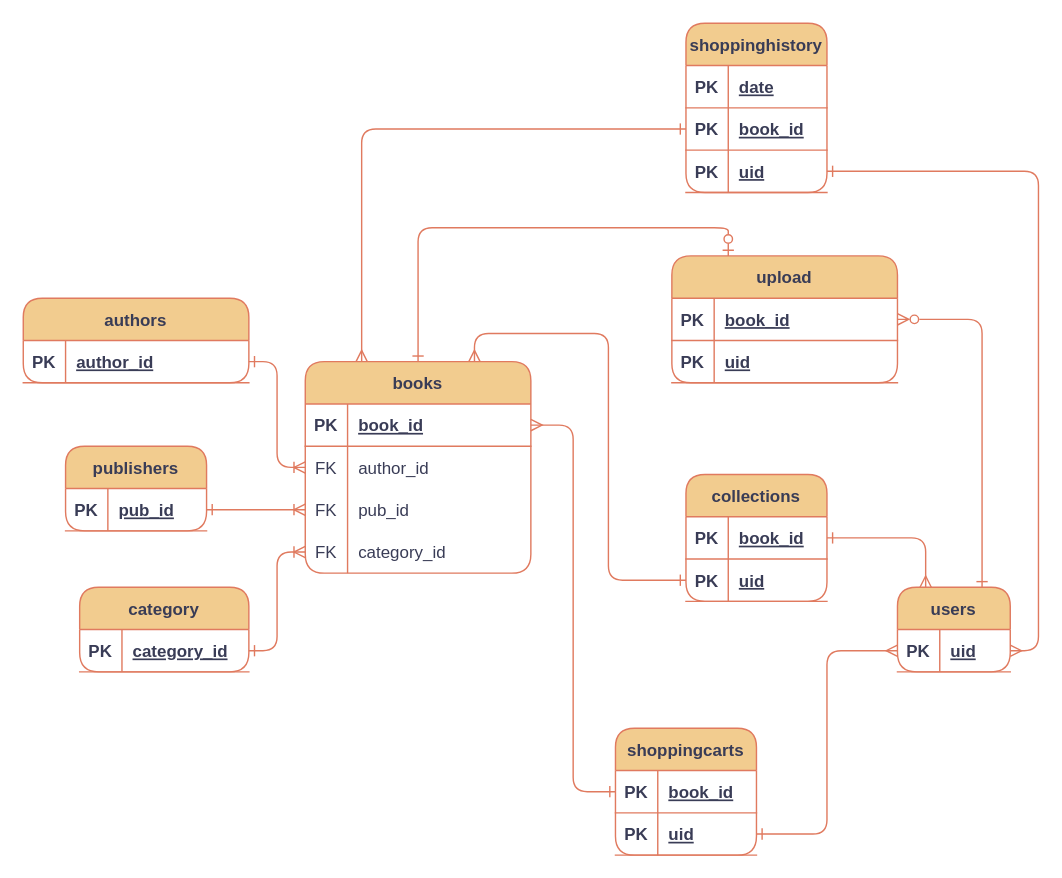
lzh594/DBSEC2023-Lab3 keeps this draw.io diagram as mysql/ERDiagram/logics.drawio. Above is the earlier version. Source tidied: cells renumbered, new cells numbered last; positions are measured from the earlier drawing's top-left corner, leaving out a move shared by most shapes. Both pictures are drawn from the tidied source at 141%, with x=0, y=0 at pixel (23, 23).
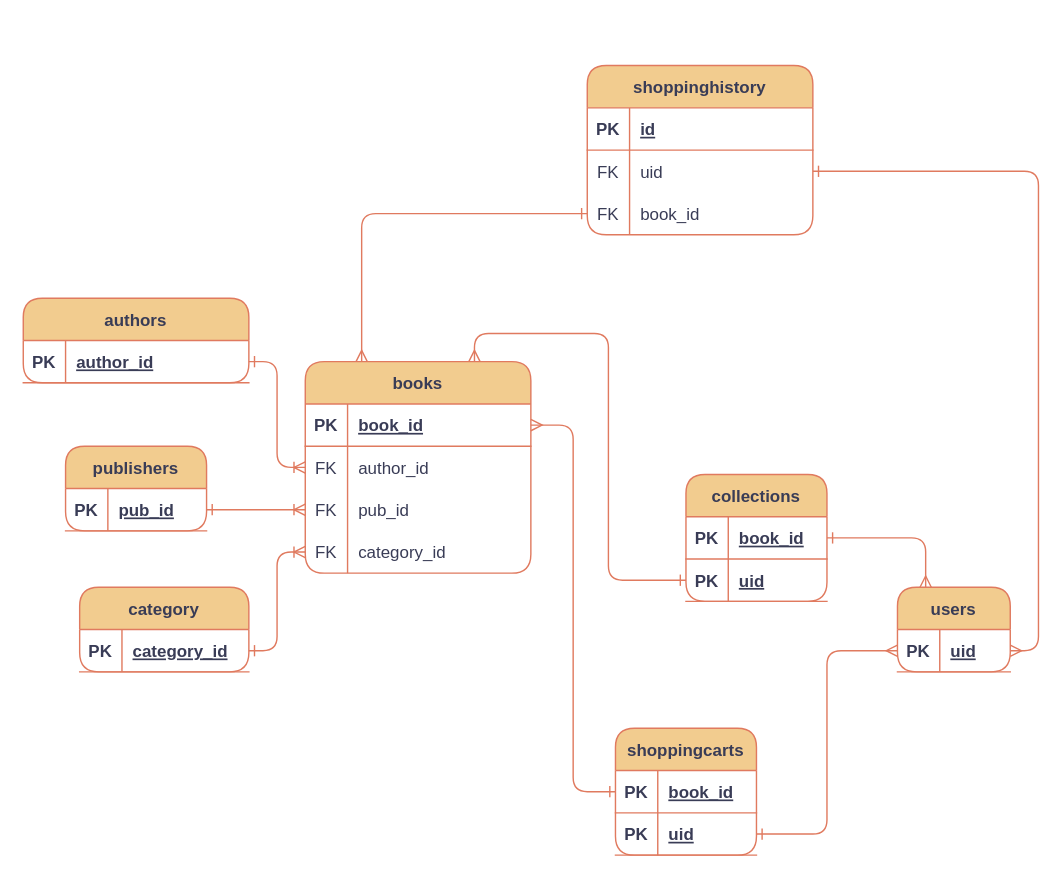
After the change.

The change refers to these unchanged cells:
```xml
<mxCell id="5" value="books" style="shape=table;startSize=30;childLayout=tableLayout;rowLines=0;fontStyle=1;align=center;rounded=1;labelBackgroundColor=none;fillColor=#F2CC8F;strokeColor=#E07A5F;fontColor=#393C56;" parent="1" vertex="1">
  <mxGeometry x="200" y="240" width="160" height="150" as="geometry" />
</mxCell>
<mxCell id="30" value="users" style="shape=table;startSize=30;childLayout=tableLayout;rowLines=0;fontStyle=1;align=center;rounded=1;labelBackgroundColor=none;fillColor=#F2CC8F;strokeColor=#E07A5F;fontColor=#393C56;" parent="1" vertex="1">
  <mxGeometry x="620" y="400" width="80" height="60" as="geometry" />
</mxCell>
<mxCell id="31" style="shape=tableRow;horizontal=0;startSize=0;swimlaneHead=0;swimlaneBody=0;fillColor=none;points=[[0,0.5],[1,0.5]];portConstraint=eastwest;strokeColor=#E07A5F;top=0;left=0;right=0;bottom=1;rounded=1;labelBackgroundColor=none;fontColor=#393C56;" parent="30" vertex="1">
  <mxGeometry y="30" width="80" height="30" as="geometry" />
</mxCell>
```

Diff of the diagram source:
```diff
@@
-    <mxCell id="3" style="edgeStyle=orthogonalEdgeStyle;rounded=1;jettySize=auto;html=1;exitX=0.25;exitY=0;exitDx=0;exitDy=0;entryX=0;entryY=0.5;entryDx=0;entryDy=0;strokeColor=#E07A5F;fontColor=default;fillColor=#F2CC8F;startArrow=ERmany;startFill=0;endArrow=ERone;endFill=0;labelBackgroundColor=none;" parent="1" edge="1" source="5" target="45">
+    <mxCell id="3" style="edgeStyle=orthogonalEdgeStyle;rounded=1;jettySize=auto;html=1;exitX=0.25;exitY=0;exitDx=0;exitDy=0;entryX=0;entryY=0.5;entryDx=0;entryDy=0;strokeColor=#E07A5F;fontColor=default;fillColor=#F2CC8F;startArrow=ERmany;startFill=0;endArrow=ERone;endFill=0;labelBackgroundColor=none;" parent="1" edge="1" source="5" target="78">
       <mxGeometry relative="1" as="geometry" />
     </mxCell>
-    <mxCell id="4" style="edgeStyle=orthogonalEdgeStyle;rounded=1;jettySize=auto;html=1;exitX=0.5;exitY=0;exitDx=0;exitDy=0;entryX=0.25;entryY=0;entryDx=0;entryDy=0;strokeColor=#E07A5F;fontColor=#393C56;fillColor=#F2CC8F;startArrow=ERone;startFill=0;endArrow=ERzeroToOne;endFill=0;" parent="1" edge="1" source="5" target="65">
-      <mxGeometry relative="1" as="geometry" />
-    </mxCell>
@@
-    <mxCell id="41" value="shoppinghistory" style="shape=table;startSize=30;childLayout=tableLayout;rowLines=0;fontStyle=1;align=center;rounded=1;labelBackgroundColor=none;fillColor=#F2CC8F;strokeColor=#E07A5F;fontColor=#393C56;" parent="1" vertex="1">
-      <mxGeometry x="470" width="100" height="120" as="geometry" />
-    </mxCell>
-    <mxCell id="42" style="shape=tableRow;horizontal=0;startSize=0;swimlaneHead=0;swimlaneBody=0;fillColor=none;strokeColor=#E07A5F;top=0;left=0;right=0;bottom=1;rounded=1;labelBackgroundColor=none;fontColor=#393C56;" parent="41" vertex="1">
-      <mxGeometry y="30" width="100" height="30" as="geometry" />
-    </mxCell>
-    <mxCell id="43" value="PK" style="shape=partialRectangle;overflow=hidden;fillColor=none;strokeColor=#E07A5F;top=0;left=0;bottom=0;right=0;fontStyle=1;rounded=1;labelBackgroundColor=none;fontColor=#393C56;" parent="42" vertex="1">
-      <mxGeometry width="30" height="30" as="geometry" />
-    </mxCell>
-    <mxCell id="44" value="date" style="shape=partialRectangle;overflow=hidden;fillColor=none;align=left;strokeColor=#E07A5F;top=0;left=0;bottom=0;right=0;spacingLeft=6;fontStyle=5;rounded=1;labelBackgroundColor=none;fontColor=#393C56;" parent="42" vertex="1">
-      <mxGeometry x="30" width="70" height="30" as="geometry" />
-    </mxCell>
-    <mxCell id="45" style="shape=tableRow;horizontal=0;startSize=0;swimlaneHead=0;swimlaneBody=0;fillColor=none;points=[[0,0.5],[1,0.5]];portConstraint=eastwest;strokeColor=#E07A5F;top=0;left=0;right=0;bottom=1;rounded=1;labelBackgroundColor=none;fontColor=#393C56;" parent="41" vertex="1">
-      <mxGeometry y="60" width="100" height="30" as="geometry" />
-    </mxCell>
-    <mxCell id="46" value="PK" style="shape=partialRectangle;overflow=hidden;fillColor=none;strokeColor=#E07A5F;top=0;left=0;bottom=0;right=0;fontStyle=1;rounded=1;labelBackgroundColor=none;fontColor=#393C56;" parent="45" vertex="1">
-      <mxGeometry width="30" height="30" as="geometry" />
-    </mxCell>
-    <mxCell id="47" value="book_id " style="shape=partialRectangle;overflow=hidden;fillColor=none;align=left;strokeColor=#E07A5F;top=0;left=0;bottom=0;right=0;spacingLeft=6;fontStyle=5;rounded=1;labelBackgroundColor=none;fontColor=#393C56;" parent="45" vertex="1">
-      <mxGeometry x="30" width="70" height="30" as="geometry" />
-    </mxCell>
-    <mxCell id="48" style="shape=tableRow;horizontal=0;startSize=0;swimlaneHead=0;swimlaneBody=0;fillColor=none;points=[[0,0.5],[1,0.5]];portConstraint=eastwest;strokeColor=#E07A5F;top=0;left=0;right=0;bottom=1;rounded=1;labelBackgroundColor=none;fontColor=#393C56;" parent="41" vertex="1">
-      <mxGeometry y="90" width="100" height="30" as="geometry" />
-    </mxCell>
-    <mxCell id="49" value="PK" style="shape=partialRectangle;overflow=hidden;fillColor=none;strokeColor=#E07A5F;top=0;left=0;bottom=0;right=0;fontStyle=1;rounded=1;labelBackgroundColor=none;fontColor=#393C56;" parent="48" vertex="1">
-      <mxGeometry width="30" height="30" as="geometry" />
-    </mxCell>
-    <mxCell id="50" value="uid " style="shape=partialRectangle;overflow=hidden;fillColor=none;align=left;strokeColor=#E07A5F;top=0;left=0;bottom=0;right=0;spacingLeft=6;fontStyle=5;rounded=1;labelBackgroundColor=none;fontColor=#393C56;" parent="48" vertex="1">
-      <mxGeometry x="30" width="70" height="30" as="geometry" />
-    </mxCell>
@@
-    <mxCell id="64" style="edgeStyle=orthogonalEdgeStyle;rounded=1;jettySize=auto;html=1;exitX=1;exitY=0.5;exitDx=0;exitDy=0;strokeColor=#E07A5F;fontColor=default;fillColor=#F2CC8F;entryX=1;entryY=0.5;entryDx=0;entryDy=0;startArrow=ERone;startFill=0;endArrow=ERmany;endFill=0;labelBackgroundColor=none;" parent="1" edge="1" source="48" target="31">
+    <mxCell id="64" style="edgeStyle=orthogonalEdgeStyle;rounded=1;jettySize=auto;html=1;exitX=1;exitY=0.5;exitDx=0;exitDy=0;strokeColor=#E07A5F;fontColor=default;fillColor=#F2CC8F;entryX=1;entryY=0.5;entryDx=0;entryDy=0;startArrow=ERone;startFill=0;endArrow=ERmany;endFill=0;labelBackgroundColor=none;" parent="1" edge="1" source="75" target="31">
       <mxGeometry relative="1" as="geometry" />
     </mxCell>
-    <mxCell id="65" value="upload" style="shape=table;startSize=30;childLayout=tableLayout;rowLines=0;fontStyle=1;align=center;rounded=1;labelBackgroundColor=none;fillColor=#F2CC8F;strokeColor=#E07A5F;fontColor=#393C56;" parent="1" vertex="1">
-      <mxGeometry x="460" y="165" width="160" height="90" as="geometry" />
-    </mxCell>
+    <mxCell id="41" value="shoppinghistory" style="shape=table;startSize=30;childLayout=tableLayout;rowLines=0;fontStyle=1;align=center;rounded=1;labelBackgroundColor=none;fillColor=#F2CC8F;strokeColor=#E07A5F;fontColor=#393C56;" parent="1" vertex="1">
+      <mxGeometry x="400" y="30" width="160" height="120" as="geometry" />
+    </mxCell>
-    <mxCell id="66" style="shape=tableRow;horizontal=0;startSize=0;swimlaneHead=0;swimlaneBody=0;fillColor=none;points=[[0,0.5],[1,0.5]];portConstraint=eastwest;strokeColor=#E07A5F;top=0;left=0;right=0;bottom=1;rounded=1;labelBackgroundColor=none;fontColor=#393C56;" parent="65" vertex="1">
+    <mxCell id="66" style="shape=tableRow;horizontal=0;startSize=0;swimlaneHead=0;swimlaneBody=0;fillColor=none;points=[[0,0.5],[1,0.5]];portConstraint=eastwest;strokeColor=#E07A5F;top=0;left=0;right=0;bottom=1;rounded=1;labelBackgroundColor=none;fontColor=#393C56;" parent="41" vertex="1">
       <mxGeometry y="30" width="160" height="30" as="geometry" />
     </mxCell>
-    <mxCell id="67" value="PK" style="shape=partialRectangle;overflow=hidden;fillColor=none;strokeColor=#E07A5F;top=0;left=0;bottom=0;right=0;fontStyle=1;rounded=1;labelBackgroundColor=none;fontColor=#393C56;" parent="66" vertex="1">
-      <mxGeometry width="30" height="30" as="geometry" />
-    </mxCell>
-    <mxCell id="68" value="book_id" style="shape=partialRectangle;overflow=hidden;fillColor=none;align=left;strokeColor=#E07A5F;top=0;left=0;bottom=0;right=0;spacingLeft=6;fontStyle=5;rounded=1;labelBackgroundColor=none;fontColor=#393C56;" parent="66" vertex="1">
-      <mxGeometry x="30" width="130" height="30" as="geometry" />
-    </mxCell>
-    <mxCell id="69" style="shape=tableRow;horizontal=0;startSize=0;swimlaneHead=0;swimlaneBody=0;fillColor=none;strokeColor=#E07A5F;top=0;left=0;right=0;bottom=1;rounded=1;labelBackgroundColor=none;fontColor=#393C56;" parent="65" vertex="1">
-      <mxGeometry y="60" width="160" height="30" as="geometry" />
-    </mxCell>
-    <mxCell id="70" value="PK" style="shape=partialRectangle;overflow=hidden;fillColor=none;strokeColor=#E07A5F;top=0;left=0;bottom=0;right=0;fontStyle=1;rounded=1;labelBackgroundColor=none;fontColor=#393C56;" parent="69" vertex="1">
-      <mxGeometry width="30" height="30" as="geometry" />
-    </mxCell>
-    <mxCell id="71" value="uid " style="shape=partialRectangle;overflow=hidden;fillColor=none;align=left;strokeColor=#E07A5F;top=0;left=0;bottom=0;right=0;spacingLeft=6;fontStyle=5;rounded=1;labelBackgroundColor=none;fontColor=#393C56;" parent="69" vertex="1">
-      <mxGeometry x="30" width="130" height="30" as="geometry" />
-    </mxCell>
-    <mxCell id="72" style="edgeStyle=orthogonalEdgeStyle;rounded=1;jettySize=auto;html=1;exitX=1;exitY=0.5;exitDx=0;exitDy=0;entryX=0.75;entryY=0;entryDx=0;entryDy=0;strokeColor=#E07A5F;fontColor=#393C56;fillColor=#F2CC8F;startArrow=ERzeroToMany;startFill=0;endArrow=ERone;endFill=0;" parent="1" edge="1" source="66" target="30">
-      <mxGeometry relative="1" as="geometry" />
-    </mxCell>
+    <mxCell id="73" value="PK" style="shape=partialRectangle;overflow=hidden;fillColor=none;strokeColor=#E07A5F;top=0;left=0;bottom=0;right=0;fontStyle=1;rounded=1;labelBackgroundColor=none;fontColor=#393C56;" parent="66" vertex="1">
+      <mxGeometry width="30" height="30" as="geometry" />
+    </mxCell>
+    <mxCell id="74" value="id " style="shape=partialRectangle;overflow=hidden;fillColor=none;align=left;strokeColor=#E07A5F;top=0;left=0;bottom=0;right=0;spacingLeft=6;fontStyle=5;rounded=1;labelBackgroundColor=none;fontColor=#393C56;" parent="66" vertex="1">
+      <mxGeometry x="30" width="130" height="30" as="geometry" />
+    </mxCell>
+    <mxCell id="75" style="shape=tableRow;horizontal=0;startSize=0;swimlaneHead=0;swimlaneBody=0;fillColor=none;points=[[0,0.5],[1,0.5]];portConstraint=eastwest;strokeColor=#E07A5F;top=0;left=0;right=0;bottom=0;rounded=1;labelBackgroundColor=none;fontColor=#393C56;" parent="41" vertex="1">
+      <mxGeometry y="60" width="160" height="30" as="geometry" />
+    </mxCell>
+    <mxCell id="76" value="FK" style="shape=partialRectangle;overflow=hidden;fillColor=none;strokeColor=#E07A5F;top=0;left=0;bottom=0;right=0;rounded=1;labelBackgroundColor=none;fontColor=#393C56;" parent="75" vertex="1">
+      <mxGeometry width="30" height="30" as="geometry" />
+    </mxCell>
+    <mxCell id="77" value="uid" style="shape=partialRectangle;overflow=hidden;fillColor=none;align=left;strokeColor=#E07A5F;top=0;left=0;bottom=0;right=0;spacingLeft=6;rounded=1;labelBackgroundColor=none;fontColor=#393C56;" parent="75" vertex="1">
+      <mxGeometry x="30" width="130" height="30" as="geometry" />
+    </mxCell>
+    <mxCell id="78" style="shape=tableRow;horizontal=0;startSize=0;swimlaneHead=0;swimlaneBody=0;fillColor=none;points=[[0,0.5],[1,0.5]];portConstraint=eastwest;strokeColor=#E07A5F;top=0;left=0;right=0;bottom=0;rounded=1;labelBackgroundColor=none;fontColor=#393C56;" parent="41" vertex="1">
+      <mxGeometry y="90" width="160" height="30" as="geometry" />
+    </mxCell>
+    <mxCell id="79" value="FK" style="shape=partialRectangle;overflow=hidden;fillColor=none;strokeColor=#E07A5F;top=0;left=0;bottom=0;right=0;rounded=1;labelBackgroundColor=none;fontColor=#393C56;" parent="78" vertex="1">
+      <mxGeometry width="30" height="30" as="geometry" />
+    </mxCell>
+    <mxCell id="80" value="book_id" style="shape=partialRectangle;overflow=hidden;fillColor=none;align=left;strokeColor=#E07A5F;top=0;left=0;bottom=0;right=0;spacingLeft=6;rounded=1;labelBackgroundColor=none;fontColor=#393C56;" parent="78" vertex="1">
+      <mxGeometry x="30" width="130" height="30" as="geometry" />
+    </mxCell>
```
